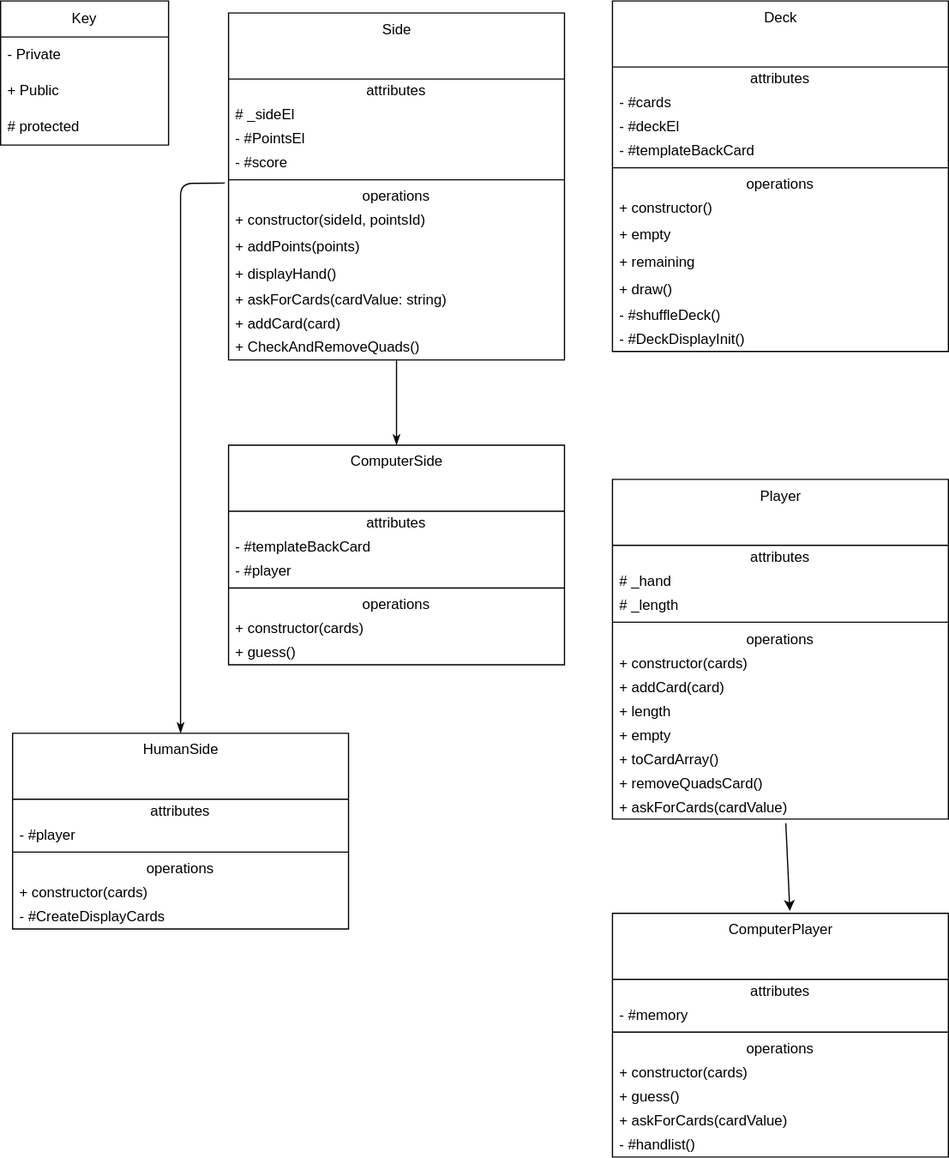
Anthonyntilelli/go-fish-webpage keeps this draw.io diagram as uml.drawio.svg. Above is the earlier version. Source tidied: cells renumbered, new cells last; positions are measured from the earlier drawing's top-left corner, leaving out a move shared by most shapes.
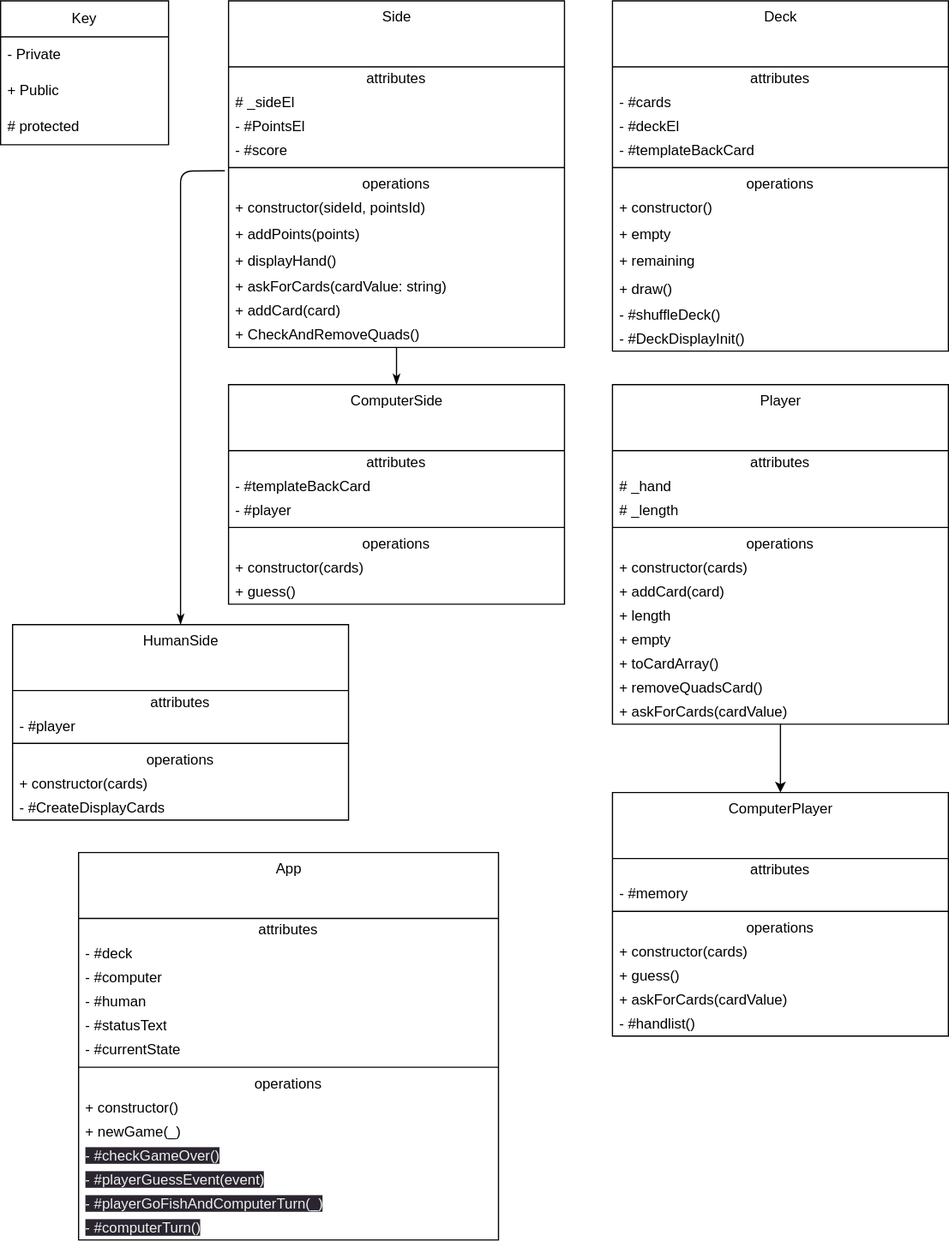
The same diagram one commit later.

Diff of the diagram source:
```diff
@@ -3,7 +3,7 @@
     <mxCell id="0" />
     <mxCell id="1" parent="0" />
     <mxCell id="2" value="Key" style="swimlane;fontStyle=0;horizontal=1;startSize=30;whiteSpace=wrap;html=1;" parent="1" vertex="1">
-      <mxGeometry width="140" height="120" as="geometry" />
+      <mxGeometry y="-10" width="140" height="120" as="geometry" />
     </mxCell>
     <mxCell id="3" value="- Private" style="text;strokeColor=none;fillColor=none;align=left;verticalAlign=middle;spacingLeft=4;spacingRight=4;overflow=hidden;whiteSpace=wrap;html=1;" parent="2" vertex="1">
       <mxGeometry y="30" width="140" height="30" as="geometry" />
@@ -15,7 +15,7 @@
       <mxGeometry y="90" width="140" height="30" as="geometry" />
     </mxCell>
     <mxCell id="6" value="Deck" style="swimlane;fontStyle=0;align=center;verticalAlign=top;horizontal=1;startSize=55;html=1;" parent="1" vertex="1">
-      <mxGeometry x="510" width="280" height="292" as="geometry" />
+      <mxGeometry x="510" y="-10" width="280" height="292" as="geometry" />
     </mxCell>
     <mxCell id="7" value="attributes" style="text;html=1;strokeColor=none;fillColor=none;align=center;verticalAlign=middle;spacingLeft=4;spacingRight=4;overflow=hidden;" parent="6" vertex="1">
       <mxGeometry y="55" width="280" height="20" as="geometry" />
@@ -53,11 +53,8 @@
     <mxCell id="18" value="- #DeckDisplayInit()" style="text;html=1;strokeColor=none;fillColor=none;align=left;verticalAlign=middle;spacingLeft=4;spacingRight=4;overflow=hidden;" parent="6" vertex="1">
       <mxGeometry y="272" width="280" height="20" as="geometry" />
     </mxCell>
-    <mxCell id="19" style="edgeStyle=none;html=1;entryX=0.528;entryY=-0.01;entryDx=0;entryDy=0;entryPerimeter=0;exitX=0.516;exitY=1.176;exitDx=0;exitDy=0;exitPerimeter=0;" parent="1" edge="1" source="32" target="33">
-      <mxGeometry relative="1" as="geometry" />
-    </mxCell>
     <mxCell id="20" value="Player" style="swimlane;fontStyle=0;align=center;verticalAlign=top;horizontal=1;startSize=55;html=1;" parent="1" vertex="1">
-      <mxGeometry x="510" y="398.5" width="280" height="283" as="geometry" />
+      <mxGeometry x="510" y="310" width="280" height="283" as="geometry" />
     </mxCell>
     <mxCell id="21" value="attributes" style="text;html=1;strokeColor=none;fillColor=none;align=center;verticalAlign=middle;spacingLeft=4;spacingRight=4;overflow=hidden;" parent="20" vertex="1">
       <mxGeometry y="55" width="280" height="20" as="geometry" />
@@ -95,8 +92,11 @@
     <mxCell id="32" value="+ askForCards(cardValue)" style="text;html=1;strokeColor=none;fillColor=none;align=left;verticalAlign=middle;spacingLeft=4;spacingRight=4;overflow=hidden;points=[[0,0.5],[1,0.5]];portConstraint=eastwest;" parent="20" vertex="1">
       <mxGeometry y="263" width="280" height="20" as="geometry" />
     </mxCell>
+    <mxCell id="72" style="edgeStyle=none;html=1;endArrow=none;endFill=0;startArrow=classic;startFill=1;" parent="1" edge="1" source="33" target="32">
+      <mxGeometry relative="1" as="geometry" />
+    </mxCell>
     <mxCell id="33" value="ComputerPlayer" style="swimlane;fontStyle=0;align=center;verticalAlign=top;horizontal=1;startSize=55;html=1;" parent="1" vertex="1">
-      <mxGeometry x="510" y="760" width="280" height="203" as="geometry" />
+      <mxGeometry x="510" y="650" width="280" height="203" as="geometry" />
     </mxCell>
     <mxCell id="34" value="attributes" style="text;html=1;strokeColor=none;fillColor=none;align=center;verticalAlign=middle;spacingLeft=4;spacingRight=4;overflow=hidden;" parent="33" vertex="1">
       <mxGeometry y="55" width="280" height="20" as="geometry" />
@@ -123,7 +123,7 @@
       <mxGeometry y="183" width="280" height="20" as="geometry" />
     </mxCell>
     <mxCell id="42" value="Side" style="swimlane;fontStyle=0;align=center;verticalAlign=top;horizontal=1;startSize=55;html=1;" parent="1" vertex="1">
-      <mxGeometry x="190" y="10" width="280" height="289" as="geometry" />
+      <mxGeometry x="190" y="-10" width="280" height="289" as="geometry" />
     </mxCell>
     <mxCell id="43" value="attributes" style="text;html=1;strokeColor=none;fillColor=none;align=center;verticalAlign=middle;spacingLeft=4;spacingRight=4;overflow=hidden;" parent="42" vertex="1">
       <mxGeometry y="55" width="280" height="20" as="geometry" />
@@ -165,7 +165,7 @@
       <mxGeometry relative="1" as="geometry" />
     </mxCell>
     <mxCell id="56" value="ComputerSide" style="swimlane;fontStyle=0;align=center;verticalAlign=top;horizontal=1;startSize=55;html=1;" parent="1" vertex="1">
-      <mxGeometry x="190" y="370" width="280" height="183" as="geometry" />
+      <mxGeometry x="190" y="310" width="280" height="183" as="geometry" />
     </mxCell>
     <mxCell id="57" value="attributes" style="text;html=1;strokeColor=none;fillColor=none;align=center;verticalAlign=middle;spacingLeft=4;spacingRight=4;overflow=hidden;" parent="56" vertex="1">
       <mxGeometry y="55" width="280" height="20" as="geometry" />
@@ -191,12 +191,12 @@
     <mxCell id="64" style="edgeStyle=none;html=1;exitX=0.5;exitY=0;exitDx=0;exitDy=0;entryX=-0.011;entryY=-0.066;entryDx=0;entryDy=0;entryPerimeter=0;startArrow=classicThin;startFill=1;endArrow=none;endFill=0;" parent="1" edge="1" source="65" target="48">
       <mxGeometry relative="1" as="geometry">
         <Array as="points">
-          <mxPoint x="150" y="152" />
+          <mxPoint x="150" y="132" />
         </Array>
       </mxGeometry>
     </mxCell>
     <mxCell id="65" value="HumanSide" style="swimlane;fontStyle=0;align=center;verticalAlign=top;horizontal=1;startSize=55;html=1;" parent="1" vertex="1">
-      <mxGeometry x="10" y="610" width="280" height="163" as="geometry" />
+      <mxGeometry x="10" y="510" width="280" height="163" as="geometry" />
     </mxCell>
     <mxCell id="66" value="attributes" style="text;html=1;strokeColor=none;fillColor=none;align=center;verticalAlign=middle;spacingLeft=4;spacingRight=4;overflow=hidden;" parent="65" vertex="1">
       <mxGeometry y="55" width="280" height="20" as="geometry" />
@@ -216,5 +216,50 @@
     <mxCell id="71" value="- #CreateDisplayCards" style="text;html=1;strokeColor=none;fillColor=none;align=left;verticalAlign=middle;spacingLeft=4;spacingRight=4;overflow=hidden;" parent="65" vertex="1">
       <mxGeometry y="143" width="280" height="20" as="geometry" />
     </mxCell>
+    <mxCell id="73" value="App" style="swimlane;fontStyle=0;align=center;verticalAlign=top;horizontal=1;startSize=55;html=1;" parent="1" vertex="1">
+      <mxGeometry x="65" y="700" width="350" height="323" as="geometry" />
+    </mxCell>
+    <mxCell id="74" value="attributes" style="text;html=1;strokeColor=none;fillColor=none;align=center;verticalAlign=middle;spacingLeft=4;spacingRight=4;overflow=hidden;" parent="73" vertex="1">
+      <mxGeometry y="55" width="350" height="20" as="geometry" />
+    </mxCell>
+    <mxCell id="75" value="- #deck" style="text;html=1;strokeColor=none;fillColor=none;align=left;verticalAlign=middle;spacingLeft=4;spacingRight=4;overflow=hidden;" parent="73" vertex="1">
+      <mxGeometry y="75" width="350" height="20" as="geometry" />
+    </mxCell>
+    <mxCell id="76" value="- #computer" style="text;html=1;strokeColor=none;fillColor=none;align=left;verticalAlign=middle;spacingLeft=4;spacingRight=4;overflow=hidden;" parent="73" vertex="1">
+      <mxGeometry y="95" width="350" height="20" as="geometry" />
+    </mxCell>
+    <mxCell id="77" value="- #human" style="text;html=1;strokeColor=none;fillColor=none;align=left;verticalAlign=middle;spacingLeft=4;spacingRight=4;overflow=hidden;" parent="73" vertex="1">
+      <mxGeometry y="115" width="350" height="20" as="geometry" />
+    </mxCell>
+    <mxCell id="78" value="- #statusText" style="text;html=1;strokeColor=none;fillColor=none;align=left;verticalAlign=middle;spacingLeft=4;spacingRight=4;overflow=hidden;" parent="73" vertex="1">
+      <mxGeometry y="135" width="350" height="20" as="geometry" />
+    </mxCell>
+    <mxCell id="79" value="- #currentState" style="text;html=1;strokeColor=none;fillColor=none;align=left;verticalAlign=middle;spacingLeft=4;spacingRight=4;overflow=hidden;" parent="73" vertex="1">
+      <mxGeometry y="155" width="350" height="20" as="geometry" />
+    </mxCell>
+    <mxCell id="80" style="line;strokeWidth=1;fillColor=none;align=left;verticalAlign=middle;spacingTop=-1;spacingLeft=3;spacingRight=3;labelPosition=right;" parent="73" vertex="1">
+      <mxGeometry y="175" width="350" height="8" as="geometry" />
+    </mxCell>
+    <mxCell id="81" value="operations" style="text;html=1;strokeColor=none;fillColor=none;align=center;verticalAlign=middle;spacingLeft=4;spacingRight=4;overflow=hidden;" parent="73" vertex="1">
+      <mxGeometry y="183" width="350" height="20" as="geometry" />
+    </mxCell>
+    <mxCell id="82" value="+ constructor()" style="text;html=1;strokeColor=none;fillColor=none;align=left;verticalAlign=middle;spacingLeft=4;spacingRight=4;overflow=hidden;" parent="73" vertex="1">
+      <mxGeometry y="203" width="350" height="20" as="geometry" />
+    </mxCell>
+    <mxCell id="83" value="+ newGame(_)" style="text;html=1;strokeColor=none;fillColor=none;align=left;verticalAlign=middle;spacingLeft=4;spacingRight=4;overflow=hidden;" parent="73" vertex="1">
+      <mxGeometry y="223" width="350" height="20" as="geometry" />
+    </mxCell>
+    <mxCell id="84" value="&lt;span style=&quot;color: rgb(240, 240, 240); font-family: Helvetica; font-size: 12px; font-style: normal; font-variant-ligatures: normal; font-variant-caps: normal; font-weight: 400; letter-spacing: normal; orphans: 2; text-align: left; text-indent: 0px; text-transform: none; widows: 2; word-spacing: 0px; -webkit-text-stroke-width: 0px; background-color: rgb(42, 37, 47); text-decoration-thickness: initial; text-decoration-style: initial; text-decoration-color: initial; float: none; display: inline !important;&quot;&gt;- #checkGameOver()&lt;/span&gt;" style="text;html=1;strokeColor=none;fillColor=none;align=left;verticalAlign=middle;spacingLeft=4;spacingRight=4;overflow=hidden;" parent="73" vertex="1">
+      <mxGeometry y="243" width="350" height="20" as="geometry" />
+    </mxCell>
+    <mxCell id="85" value="&lt;span style=&quot;color: rgb(240, 240, 240); font-family: Helvetica; font-size: 12px; font-style: normal; font-variant-ligatures: normal; font-variant-caps: normal; font-weight: 400; letter-spacing: normal; orphans: 2; text-align: left; text-indent: 0px; text-transform: none; widows: 2; word-spacing: 0px; -webkit-text-stroke-width: 0px; background-color: rgb(42, 37, 47); text-decoration-thickness: initial; text-decoration-style: initial; text-decoration-color: initial; float: none; display: inline !important;&quot;&gt;- #playerGuessEvent(event)&lt;/span&gt;" style="text;html=1;strokeColor=none;fillColor=none;align=left;verticalAlign=middle;spacingLeft=4;spacingRight=4;overflow=hidden;" parent="73" vertex="1">
+      <mxGeometry y="263" width="350" height="20" as="geometry" />
+    </mxCell>
+    <mxCell id="86" value="&lt;span style=&quot;color: rgb(240, 240, 240); font-family: Helvetica; font-size: 12px; font-style: normal; font-variant-ligatures: normal; font-variant-caps: normal; font-weight: 400; letter-spacing: normal; orphans: 2; text-align: left; text-indent: 0px; text-transform: none; widows: 2; word-spacing: 0px; -webkit-text-stroke-width: 0px; background-color: rgb(42, 37, 47); text-decoration-thickness: initial; text-decoration-style: initial; text-decoration-color: initial; float: none; display: inline !important;&quot;&gt;- #playerGoFishAndComputerTurn(_)&lt;/span&gt;" style="text;html=1;strokeColor=none;fillColor=none;align=left;verticalAlign=middle;spacingLeft=4;spacingRight=4;overflow=hidden;" parent="73" vertex="1">
+      <mxGeometry y="283" width="350" height="20" as="geometry" />
+    </mxCell>
+    <mxCell id="87" value="&lt;span style=&quot;color: rgb(240, 240, 240); font-family: Helvetica; font-size: 12px; font-style: normal; font-variant-ligatures: normal; font-variant-caps: normal; font-weight: 400; letter-spacing: normal; orphans: 2; text-align: left; text-indent: 0px; text-transform: none; widows: 2; word-spacing: 0px; -webkit-text-stroke-width: 0px; background-color: rgb(42, 37, 47); text-decoration-thickness: initial; text-decoration-style: initial; text-decoration-color: initial; float: none; display: inline !important;&quot;&gt;- #computerTurn()&lt;/span&gt;" style="text;html=1;strokeColor=none;fillColor=none;align=left;verticalAlign=middle;spacingLeft=4;spacingRight=4;overflow=hidden;" parent="73" vertex="1">
+      <mxGeometry y="303" width="350" height="20" as="geometry" />
+    </mxCell>
   </root>
 </mxGraphModel>
```
